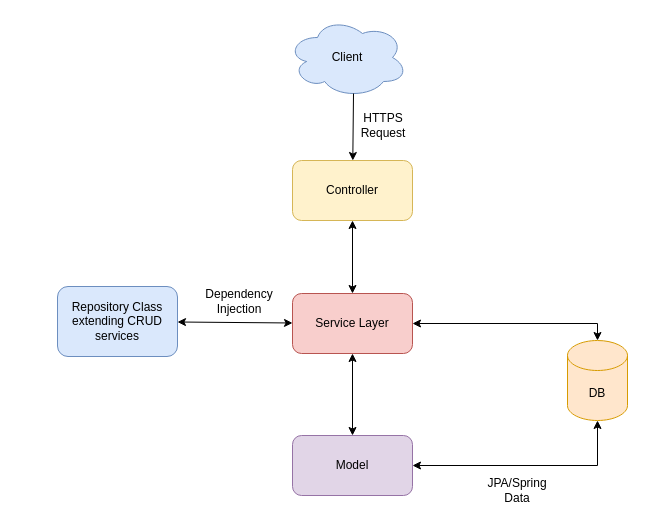
Before: src/DesignComponents/SpringBoot/assests/SpringBootArchitecture.drawio in Anshul619/HLD-System-Designs, a draw.io diagram. Source tidied: cells renumbered, new cells numbered last; positions are measured from the earlier drawing's top-left corner, leaving out a move shared by most shapes. Both pictures are drawn from the tidied source at 100%, with x=0, y=0 at pixel (57, 17).
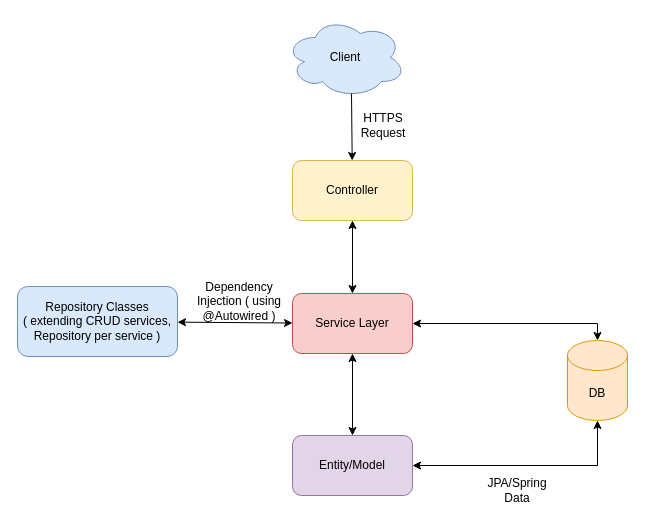
After the change.

The edit, as a diff of the source:
```diff
@@
 <mxGraphModel>
   <root>
     <mxCell id="0" />
     <mxCell id="1" parent="0" />
     <mxCell id="2" value="Client" style="ellipse;shape=cloud;whiteSpace=wrap;html=1;fillColor=#dae8fc;strokeColor=#6c8ebf;" parent="1" vertex="1">
-      <mxGeometry x="230" width="120" height="80" as="geometry" />
+      <mxGeometry x="228" width="120" height="80" as="geometry" />
     </mxCell>
     <mxCell id="3" value="Controller" style="rounded=1;whiteSpace=wrap;html=1;fillColor=#fff2cc;strokeColor=#d6b656;" parent="1" vertex="1">
       <mxGeometry x="235" y="143" width="120" height="60" as="geometry" />
     </mxCell>
     <mxCell id="4" style="endArrow=classic;html=1;rounded=0;exitX=0.55;exitY=0.95;exitDx=0;exitDy=0;exitPerimeter=0;" parent="1" edge="1" source="2" target="3">
       <mxGeometry relative="1" as="geometry" />
     </mxCell>
     <mxCell id="5" value="Service Layer" style="rounded=1;whiteSpace=wrap;html=1;fillColor=#f8cecc;strokeColor=#b85450;" parent="1" vertex="1">
       <mxGeometry x="235" y="276" width="120" height="60" as="geometry" />
     </mxCell>
-    <mxCell id="6" value="Model" style="rounded=1;whiteSpace=wrap;html=1;fillColor=#e1d5e7;strokeColor=#9673a6;" parent="1" vertex="1">
+    <mxCell id="6" value="Entity/Model" style="rounded=1;whiteSpace=wrap;html=1;fillColor=#e1d5e7;strokeColor=#9673a6;" parent="1" vertex="1">
       <mxGeometry x="235" y="418" width="120" height="60" as="geometry" />
     </mxCell>
     <mxCell id="7" style="endArrow=classic;startArrow=classic;html=1;rounded=0;entryX=0.5;entryY=1;entryDx=0;entryDy=0;exitX=0.5;exitY=0;exitDx=0;exitDy=0;" parent="1" edge="1" source="5" target="3">
       <mxGeometry relative="1" as="geometry" />
     </mxCell>
     <mxCell id="8" style="endArrow=classic;startArrow=classic;html=1;rounded=0;entryX=0.5;entryY=1;entryDx=0;entryDy=0;exitX=0.5;exitY=0;exitDx=0;exitDy=0;" parent="1" edge="1" source="6" target="5">
       <mxGeometry relative="1" as="geometry" />
     </mxCell>
-    <mxCell id="9" value="Repository Class extending CRUD services" style="rounded=1;whiteSpace=wrap;html=1;fillColor=#dae8fc;strokeColor=#6c8ebf;" parent="1" vertex="1">
-      <mxGeometry y="269" width="120" height="70" as="geometry" />
+    <mxCell id="9" value="Repository Classes&lt;br&gt;( extending CRUD services, Repository per service )" style="rounded=1;whiteSpace=wrap;html=1;fillColor=#dae8fc;strokeColor=#6c8ebf;" parent="1" vertex="1">
+      <mxGeometry x="-40" y="269" width="160" height="70" as="geometry" />
     </mxCell>
     <mxCell id="10" style="endArrow=classic;startArrow=classic;html=1;rounded=0;" parent="1" edge="1" source="9" target="5">
       <mxGeometry relative="1" as="geometry" />
     </mxCell>
-    <mxCell id="11" value="Dependency Injection" style="text;html=1;strokeColor=none;fillColor=none;align=center;verticalAlign=middle;whiteSpace=wrap;rounded=0;" parent="1" vertex="1">
+    <mxCell id="11" value="Dependency Injection ( using @Autowired )" style="text;html=1;strokeColor=none;fillColor=none;align=center;verticalAlign=middle;whiteSpace=wrap;rounded=0;" parent="1" vertex="1">
       <mxGeometry x="137" y="269" width="90" height="30" as="geometry" />
     </mxCell>
     <mxCell id="12" value="DB" style="shape=cylinder3;whiteSpace=wrap;html=1;boundedLbl=1;backgroundOutline=1;size=15;fillColor=#ffe6cc;strokeColor=#d79b00;" parent="1" vertex="1">
       <mxGeometry x="510" y="323" width="60" height="80" as="geometry" />
     </mxCell>
     <mxCell id="13" style="endArrow=classic;startArrow=classic;html=1;rounded=0;exitX=1;exitY=0.5;exitDx=0;exitDy=0;entryX=0.5;entryY=1;entryDx=0;entryDy=0;entryPerimeter=0;edgeStyle=orthogonalEdgeStyle;" parent="1" edge="1" source="6" target="12">
       <mxGeometry relative="1" as="geometry" />
     </mxCell>
     <mxCell id="14" style="endArrow=classic;startArrow=classic;html=1;rounded=0;exitX=1;exitY=0.5;exitDx=0;exitDy=0;entryX=0.5;entryY=0;entryDx=0;entryDy=0;entryPerimeter=0;edgeStyle=orthogonalEdgeStyle;" parent="1" edge="1" source="5" target="12">
       <mxGeometry relative="1" as="geometry" />
     </mxCell>
     <mxCell id="15" value="HTTPS Request" style="text;html=1;strokeColor=none;fillColor=none;align=center;verticalAlign=middle;whiteSpace=wrap;rounded=0;" parent="1" vertex="1">
       <mxGeometry x="296" y="93" width="60" height="30" as="geometry" />
     </mxCell>
     <mxCell id="16" value="JPA/Spring Data" style="text;html=1;strokeColor=none;fillColor=none;align=center;verticalAlign=middle;whiteSpace=wrap;rounded=0;" parent="1" vertex="1">
       <mxGeometry x="430" y="458" width="60" height="30" as="geometry" />
     </mxCell>
   </root>
 </mxGraphModel>
```
